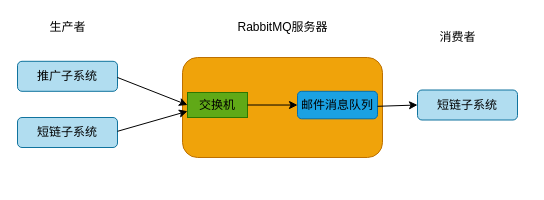
This is 未命名绘图.drawio from ndb000901/diagrams, a draw.io file, before an edit. Source tidied: cells renumbered, new cells numbered last; positions are measured from the earlier drawing's top-left corner, leaving out a move shared by most shapes. Both pictures are drawn from the tidied source at 100%, with x=0, y=0 at pixel (17, 17).
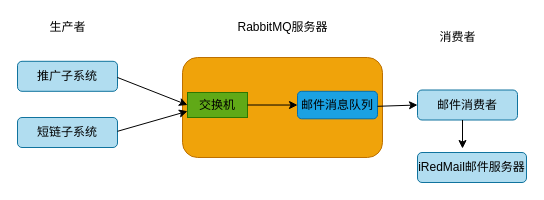
The same page after the edit.

Commit message:
邮件服务子系统架构图.drawio

Diff of the diagram source:
```diff
@@
 <mxGraphModel>
   <root>
     <mxCell id="0" />
     <mxCell id="1" parent="0" />
     <mxCell id="2" style="rounded=1;whiteSpace=wrap;html=1;fillColor=#f0a30a;fontColor=#000000;strokeColor=#BD7000;" parent="1" vertex="1">
       <mxGeometry x="165" y="40" width="200" height="100" as="geometry" />
     </mxCell>
     <mxCell id="3" value="&lt;font color=&quot;#000000&quot;&gt;交换机&lt;/font&gt;" style="rounded=0;whiteSpace=wrap;html=1;fillColor=#60a917;strokeColor=#2D7600;fontColor=#ffffff;" parent="1" vertex="1">
       <mxGeometry x="170" y="75" width="60" height="25" as="geometry" />
     </mxCell>
     <mxCell id="4" value="RabbitMQ服务器" style="text;html=1;align=center;verticalAlign=middle;strokeColor=none;fillColor=none;" parent="1" vertex="1">
       <mxGeometry x="210" width="110" height="20" as="geometry" />
     </mxCell>
     <mxCell id="5" value="&lt;font color=&quot;#000000&quot;&gt;邮件消息队列&lt;/font&gt;" style="rounded=1;whiteSpace=wrap;html=1;fillColor=#1ba1e2;fontColor=#ffffff;strokeColor=#006EAF;" parent="1" vertex="1">
       <mxGeometry x="280" y="73.8" width="80" height="27.5" as="geometry" />
     </mxCell>
     <mxCell id="6" style="endArrow=classic;html=1;rounded=0;fontColor=#000000;exitX=1;exitY=0.5;exitDx=0;exitDy=0;entryX=0;entryY=0.5;entryDx=0;entryDy=0;" parent="1" edge="1" source="3" target="5">
       <mxGeometry relative="1" as="geometry" />
     </mxCell>
     <mxCell id="7" value="推广子系统" style="rounded=1;whiteSpace=wrap;html=1;fillColor=#b1ddf0;strokeColor=#10739e;" parent="1" vertex="1">
       <mxGeometry y="43.8" width="100" height="30" as="geometry" />
     </mxCell>
     <mxCell id="8" value="短链子系统" style="rounded=1;whiteSpace=wrap;html=1;fillColor=#b1ddf0;strokeColor=#10739e;" parent="1" vertex="1">
       <mxGeometry y="100" width="100" height="30" as="geometry" />
     </mxCell>
     <mxCell id="9" style="endArrow=classic;html=1;rounded=0;fontColor=#000000;entryX=0;entryY=0.5;entryDx=0;entryDy=0;" parent="1" edge="1" target="3">
       <mxGeometry relative="1" as="geometry">
         <mxPoint x="100" y="60" as="sourcePoint" />
       </mxGeometry>
     </mxCell>
     <mxCell id="10" style="endArrow=classic;html=1;rounded=0;fontColor=#000000;entryX=0;entryY=0.75;entryDx=0;entryDy=0;" parent="1" edge="1" target="3">
       <mxGeometry relative="1" as="geometry">
         <mxPoint x="100" y="113.8" as="sourcePoint" />
       </mxGeometry>
     </mxCell>
     <mxCell id="11" value="生产者" style="text;html=1;align=center;verticalAlign=middle;strokeColor=none;fillColor=none;fontColor=#000000;" parent="1" vertex="1">
       <mxGeometry x="25" width="50" height="20" as="geometry" />
     </mxCell>
-    <mxCell id="12" value="短链子系统" style="rounded=1;whiteSpace=wrap;html=1;fillColor=#b1ddf0;strokeColor=#10739e;" parent="1" vertex="1">
+    <mxCell id="12" value="邮件消费者" style="rounded=1;whiteSpace=wrap;html=1;fillColor=#b1ddf0;strokeColor=#10739e;" parent="1" vertex="1">
       <mxGeometry x="400" y="72.5" width="100" height="30" as="geometry" />
     </mxCell>
     <mxCell id="13" style="endArrow=classic;html=1;rounded=0;fontColor=#000000;entryX=0;entryY=0.5;entryDx=0;entryDy=0;" parent="1" edge="1" target="12">
       <mxGeometry relative="1" as="geometry">
         <mxPoint x="360" y="88.8" as="sourcePoint" />
       </mxGeometry>
     </mxCell>
     <mxCell id="14" value="消费者" style="text;html=1;align=center;verticalAlign=middle;strokeColor=none;fillColor=none;fontColor=#000000;" parent="1" vertex="1">
       <mxGeometry x="415" y="10" width="50" height="20" as="geometry" />
     </mxCell>
+    <mxCell id="15" value="iRedMail邮件服务器" style="rounded=1;whiteSpace=wrap;html=1;fillColor=#b1ddf0;strokeColor=#10739e;" parent="1" vertex="1">
+      <mxGeometry x="400" y="135" width="109" height="30" as="geometry" />
+    </mxCell>
+    <mxCell id="16" style="endArrow=classic;html=1;rounded=0;fontColor=#000000;" parent="1" edge="1">
+      <mxGeometry relative="1" as="geometry">
+        <mxPoint x="445" y="102.5" as="sourcePoint" />
+        <mxPoint x="445" y="131" as="targetPoint" />
+      </mxGeometry>
+    </mxCell>
   </root>
 </mxGraphModel>
```
